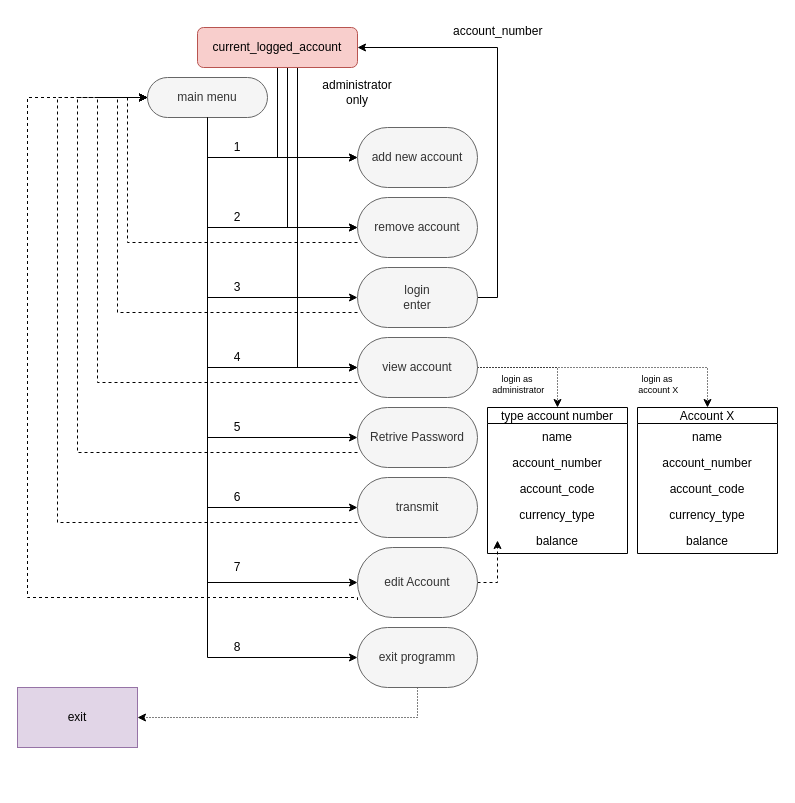
This is mini-projects/MY_BANK/bank_c.drawio from dananomer/C-Projects, a draw.io file, before an edit. Source tidied: cells renumbered, new cells numbered last; positions are measured from the earlier drawing's top-left corner, leaving out a move shared by most shapes. Both pictures are drawn from the tidied source at 100%, with x=0, y=0 at pixel (17, 17).
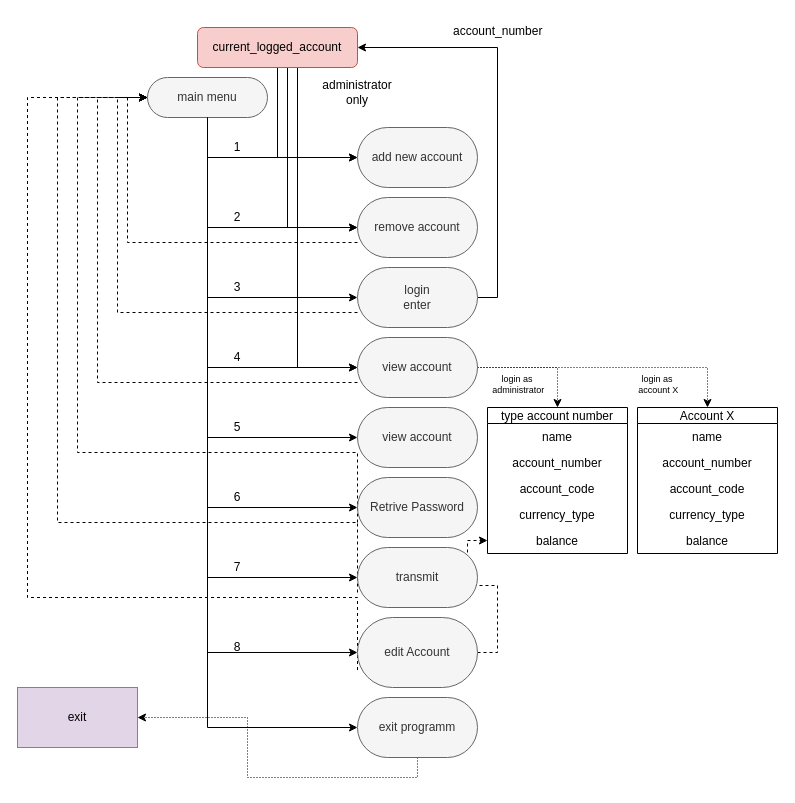
After the change.

The edit, as a diff of the source:
```diff
@@
     <mxCell id="21" value="Retrive Password" style="rounded=1;whiteSpace=wrap;html=1;fillColor=#f5f5f5;strokeColor=#666666;fontColor=#333333;shadow=0;strokeWidth=1;glass=0;arcSize=50;" parent="1" vertex="1">
-      <mxGeometry x="340" y="390" width="120" height="60" as="geometry" />
+      <mxGeometry x="340" y="460" width="120" height="60" as="geometry" />
     </mxCell>
     <mxCell id="22" style="edgeStyle=orthogonalEdgeStyle;rounded=0;jettySize=auto;html=1;exitX=0.5;exitY=1;exitDx=0;exitDy=0;entryX=0;entryY=0.5;entryDx=0;entryDy=0;" parent="1" edge="1" target="21">
       <mxGeometry relative="1" as="geometry">
         <mxPoint x="190" y="170" as="sourcePoint" />
         <Array as="points">
-          <mxPoint x="190" y="420" />
+          <mxPoint x="190" y="490" />
         </Array>
       </mxGeometry>
     </mxCell>
@@
     <mxCell id="35" value="edit Account" style="rounded=1;whiteSpace=wrap;html=1;fillColor=#f5f5f5;strokeColor=#666666;fontColor=#333333;shadow=0;strokeWidth=1;glass=0;arcSize=50;" parent="1" vertex="1">
-      <mxGeometry x="340" y="530" width="120" height="70" as="geometry" />
+      <mxGeometry x="340" y="600" width="120" height="70" as="geometry" />
     </mxCell>
@@
     <mxCell id="37" value="exit programm" style="rounded=1;whiteSpace=wrap;html=1;fillColor=#f5f5f5;strokeColor=#666666;fontColor=#333333;shadow=0;strokeWidth=1;glass=0;arcSize=50;" parent="1" vertex="1">
-      <mxGeometry x="340" y="610" width="120" height="60" as="geometry" />
+      <mxGeometry x="340" y="680" width="120" height="60" as="geometry" />
     </mxCell>
@@
     <mxCell id="57" value="transmit" style="rounded=1;whiteSpace=wrap;html=1;fillColor=#f5f5f5;strokeColor=#666666;fontColor=#333333;shadow=0;strokeWidth=1;glass=0;arcSize=50;" parent="1" vertex="1">
-      <mxGeometry x="340" y="460" width="120" height="60" as="geometry" />
+      <mxGeometry x="340" y="530" width="120" height="60" as="geometry" />
     </mxCell>
@@
+    <mxCell id="59" value="view account" style="rounded=1;whiteSpace=wrap;html=1;fillColor=#f5f5f5;strokeColor=#666666;fontColor=#333333;shadow=0;strokeWidth=1;glass=0;arcSize=50;" parent="1" vertex="1">
+      <mxGeometry x="340" y="390" width="120" height="60" as="geometry" />
+    </mxCell>
+    <mxCell id="60" style="edgeStyle=orthogonalEdgeStyle;rounded=0;jettySize=auto;html=1;exitX=0.5;exitY=1;exitDx=0;exitDy=0;entryX=0;entryY=0.5;entryDx=0;entryDy=0;" parent="1" edge="1" target="59">
+      <mxGeometry relative="1" as="geometry">
+        <mxPoint x="190" y="170" as="sourcePoint" />
+        <Array as="points">
+          <mxPoint x="190" y="420" />
+        </Array>
+      </mxGeometry>
+    </mxCell>
```
